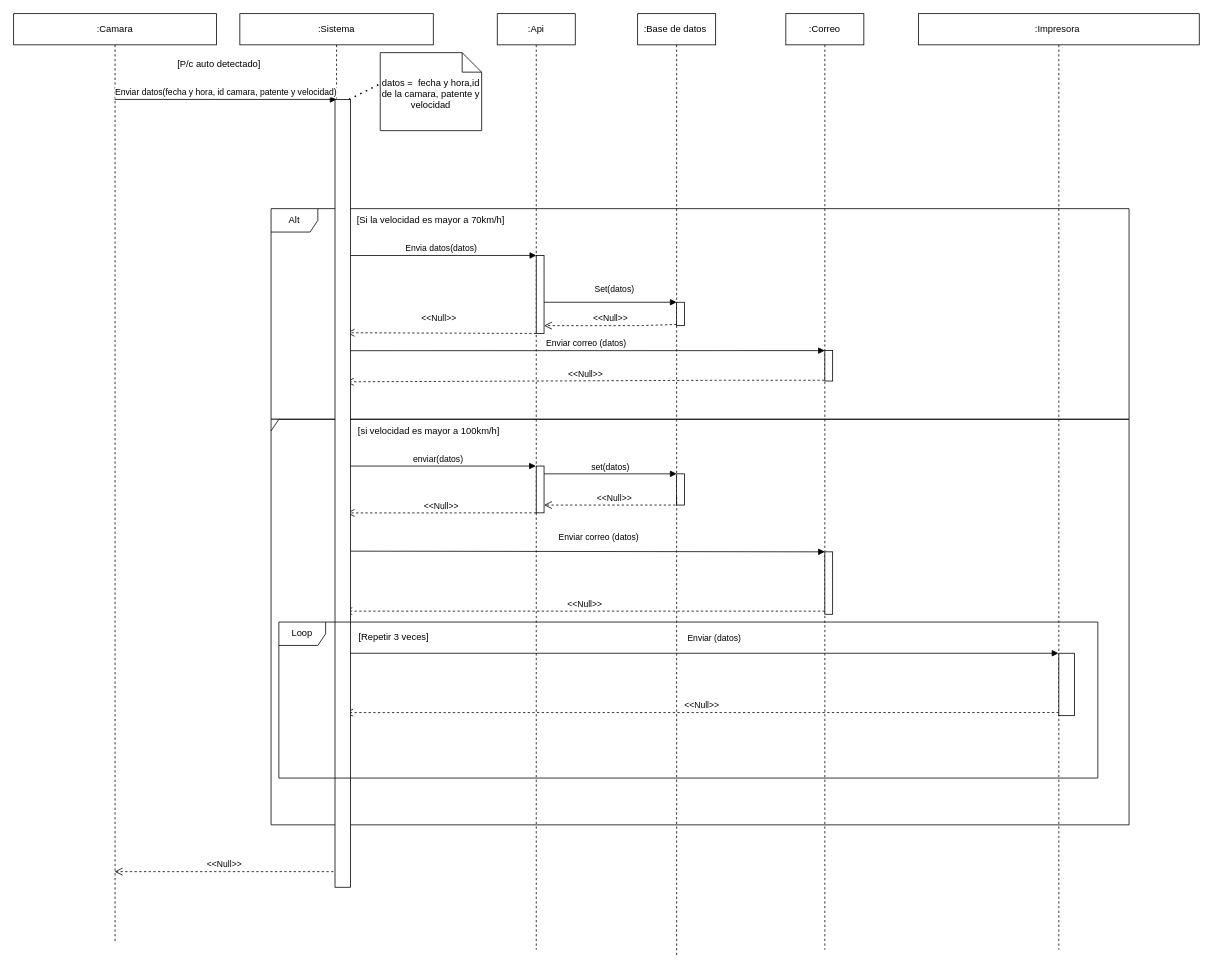
This is diagrama/TpDiagrama.drawio from Jeanphaima/izo-isw1-tpds, a draw.io file, before an edit. Source tidied: cells renumbered, new cells numbered last; positions are measured from the earlier drawing's top-left corner, leaving out a move shared by most shapes. Both pictures are drawn from the tidied source at 78%, with x=0, y=0 at pixel (13, 13).
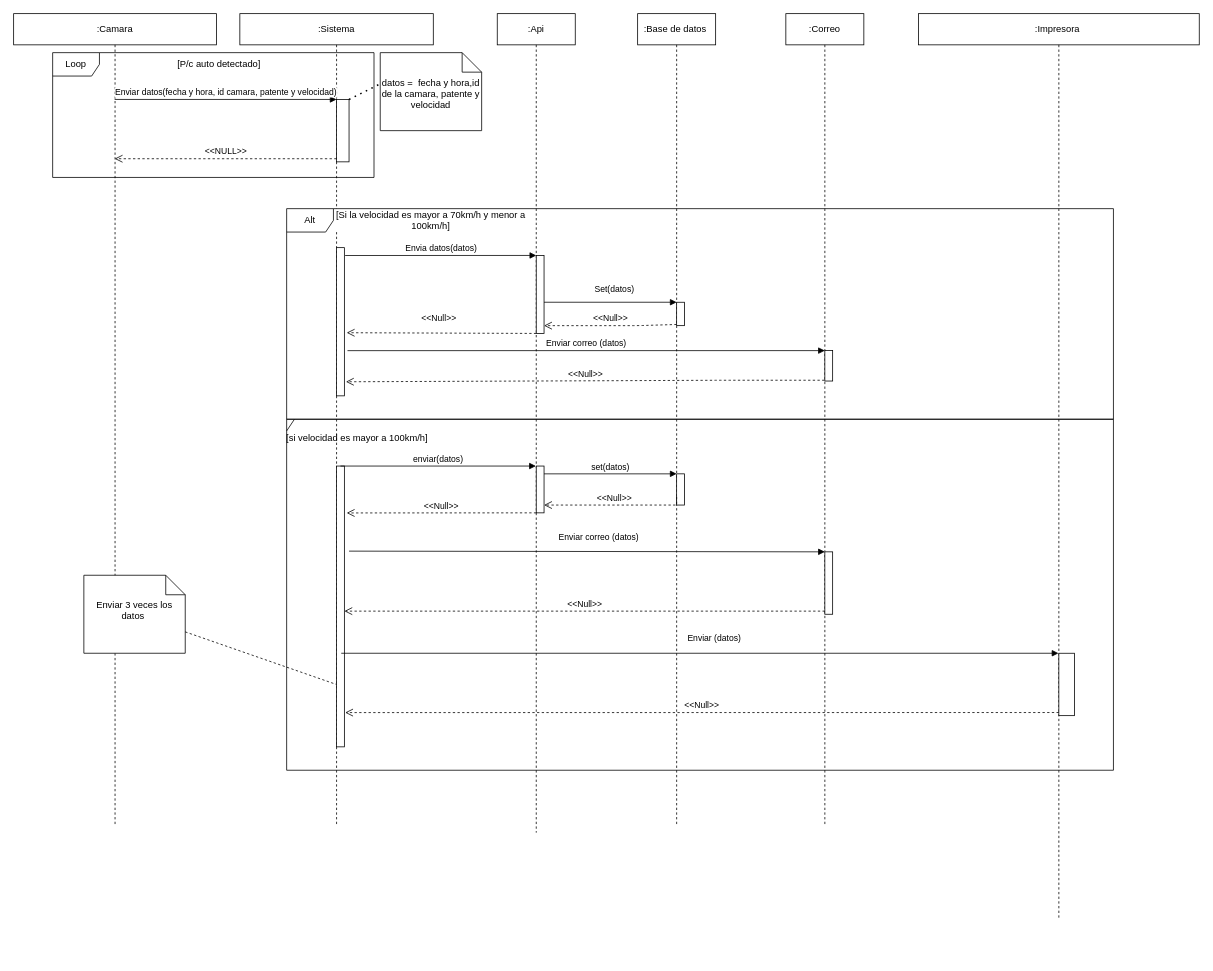
After the change.

Commit message:
ultima modificacion

Unchanged cells that the change refers to:
```xml
<mxCell id="3" value=":Sistema" style="shape=umlLifeline;perimeter=lifelinePerimeter;whiteSpace=wrap;html=1;" parent="1" vertex="1">
  <mxGeometry x="290" width="248" height="1040" as="geometry" />
</mxCell>
<mxCell id="8" style="html=1;points=[];perimeter=orthogonalPerimeter;rounded=0;glass=0;fillColor=#FFFFFF;gradientColor=#FFFFFF;" parent="7" vertex="1">
  <mxGeometry x="50" y="310" width="10" height="100" as="geometry" />
</mxCell>
<mxCell id="17" style="html=1;points=[];perimeter=orthogonalPerimeter;" parent="16" vertex="1">
  <mxGeometry x="50" y="432" width="10" height="39" as="geometry" />
</mxCell>
<mxCell id="18" style="html=1;points=[];perimeter=orthogonalPerimeter;rounded=0;glass=0;fillColor=#FFFFFF;gradientColor=#FFFFFF;" parent="16" vertex="1">
  <mxGeometry x="50" y="690" width="10" height="80" as="geometry" />
</mxCell>
<mxCell id="29" style="html=1;points=[];perimeter=orthogonalPerimeter;rounded=0;glass=0;fillColor=#FFFFFF;gradientColor=#FFFFFF;" parent="28" vertex="1">
  <mxGeometry x="180" y="820" width="20" height="80" as="geometry" />
</mxCell>
```

Change to the diagram source:
```diff
@@
     <mxCell id="2" value=":Camara" style="shape=umlLifeline;perimeter=lifelinePerimeter;whiteSpace=wrap;html=1;outlineConnect=0;" parent="1" vertex="1">
-      <mxGeometry width="260" height="1190" as="geometry" />
+      <mxGeometry width="260" height="1040" as="geometry" />
     </mxCell>
@@
+    <mxCell id="41" style="html=1;points=[];perimeter=orthogonalPerimeter;rounded=0;glass=0;fillColor=#FFFFFF;gradientColor=#FFFFFF;" parent="3" vertex="1">
+      <mxGeometry x="124" y="300" width="10" height="190" as="geometry" />
+    </mxCell>
+    <mxCell id="42" style="html=1;points=[];perimeter=orthogonalPerimeter;rounded=0;glass=0;fillColor=#FFFFFF;gradientColor=#FFFFFF;" parent="3" vertex="1">
+      <mxGeometry x="124" y="580" width="10" height="360" as="geometry" />
+    </mxCell>
+    <mxCell id="38" value="Loop" style="shape=umlFrame;whiteSpace=wrap;html=1;" parent="3" vertex="1">
+      <mxGeometry x="-240" y="50" width="412" height="160" as="geometry" />
+    </mxCell>
+    <mxCell id="43" style="html=1;points=[];perimeter=orthogonalPerimeter;" parent="1" vertex="1">
+      <mxGeometry x="414" y="110" width="16" height="80" as="geometry" />
+    </mxCell>
-    <mxCell id="5" value="Enviar datos(fecha y hora, id camara, patente y velocidad)" style="html=1;verticalAlign=bottom;endArrow=block;entryX=0;entryY=0;" parent="1" edge="1" source="2">
-      <mxGeometry relative="1" as="geometry">
-        <mxPoint x="414" y="110" as="targetPoint" />
-      </mxGeometry>
+    <mxCell id="5" value="Enviar datos(fecha y hora, id camara, patente y velocidad)" style="html=1;verticalAlign=bottom;endArrow=block;entryX=0;entryY=0;" parent="1" edge="1" source="2" target="43">
+      <mxGeometry relative="1" as="geometry" />
     </mxCell>
+    <mxCell id="44" value="&amp;lt;&amp;lt;NULL&amp;gt;&amp;gt;" style="html=1;verticalAlign=bottom;endArrow=open;dashed=1;endSize=8;exitX=0;exitY=0.95;" parent="1" edge="1" source="43" target="2">
+      <mxGeometry relative="1" as="geometry" />
+    </mxCell>
@@
     <mxCell id="7" value=":Api" style="shape=umlLifeline;perimeter=lifelinePerimeter;whiteSpace=wrap;html=1;outlineConnect=0;" parent="1" vertex="1">
-      <mxGeometry x="620" width="100" height="1200" as="geometry" />
+      <mxGeometry x="620" width="100" height="1050" as="geometry" />
     </mxCell>
@@
     <mxCell id="10" value=":Base de datos&amp;nbsp;" style="shape=umlLifeline;perimeter=lifelinePerimeter;whiteSpace=wrap;html=1;" parent="1" vertex="1">
-      <mxGeometry x="800" width="100" height="1210" as="geometry" />
+      <mxGeometry x="800" width="100" height="1040" as="geometry" />
     </mxCell>
@@
-    <mxCell id="13" value="Envia datos(datos)" style="html=1;verticalAlign=bottom;endArrow=block;exitX=1.1;exitY=0.053;exitDx=0;exitDy=0;exitPerimeter=0;" parent="1" edge="1">
+    <mxCell id="13" value="Envia datos(datos)" style="html=1;verticalAlign=bottom;endArrow=block;exitX=1.1;exitY=0.053;exitDx=0;exitDy=0;exitPerimeter=0;" parent="1" edge="1" source="41">
       <mxGeometry relative="1" as="geometry">
-        <mxPoint x="425" y="310.1" as="sourcePoint" />
         <mxPoint x="670" y="310" as="targetPoint" />
       </mxGeometry>
     </mxCell>
@@
     <mxCell id="16" value=":Correo" style="shape=umlLifeline;perimeter=lifelinePerimeter;whiteSpace=wrap;html=1;outlineConnect=0;" parent="1" vertex="1">
-      <mxGeometry x="990" width="100" height="1200" as="geometry" />
+      <mxGeometry x="990" width="100" height="1040" as="geometry" />
     </mxCell>
@@
-    <mxCell id="19" value="Enviar correo (datos)" style="html=1;verticalAlign=bottom;endArrow=block;entryX=0;entryY=0;startArrow=none;exitX=1.4;exitY=0.695;exitDx=0;exitDy=0;exitPerimeter=0;" parent="1" edge="1" target="17">
-      <mxGeometry relative="1" as="geometry">
-        <mxPoint x="428" y="432.1" as="sourcePoint" />
-      </mxGeometry>
+    <mxCell id="19" value="Enviar correo (datos)" style="html=1;verticalAlign=bottom;endArrow=block;entryX=0;entryY=0;startArrow=none;exitX=1.4;exitY=0.695;exitDx=0;exitDy=0;exitPerimeter=0;" parent="1" edge="1" source="41" target="17">
+      <mxGeometry relative="1" as="geometry" />
     </mxCell>
-    <mxCell id="20" value="&amp;lt;&amp;lt;Null&amp;gt;&amp;gt;" style="html=1;verticalAlign=bottom;endArrow=open;dashed=1;endSize=8;entryX=1.2;entryY=0.905;entryDx=0;entryDy=0;entryPerimeter=0;" parent="1" edge="1" source="16">
+    <mxCell id="20" value="&amp;lt;&amp;lt;Null&amp;gt;&amp;gt;" style="html=1;verticalAlign=bottom;endArrow=open;dashed=1;endSize=8;entryX=1.2;entryY=0.905;entryDx=0;entryDy=0;entryPerimeter=0;" parent="1" edge="1" source="16" target="41">
       <mxGeometry relative="1" as="geometry">
-        <mxPoint x="426" y="472" as="targetPoint" />
         <Array as="points">
           <mxPoint x="910" y="470" />
         </Array>
       </mxGeometry>
     </mxCell>
-    <mxCell id="21" style="endArrow=none;dashed=1;html=1;dashPattern=1 3;strokeWidth=2;rounded=0;" parent="1" edge="1">
+    <mxCell id="21" style="endArrow=none;dashed=1;html=1;dashPattern=1 3;strokeWidth=2;rounded=0;" parent="1" edge="1" source="43">
       <mxGeometry relative="1" as="geometry">
-        <mxPoint x="430" y="110" as="sourcePoint" />
         <mxPoint x="470" y="90" as="targetPoint" />
       </mxGeometry>
     </mxCell>
-    <mxCell id="22" value="&amp;lt;&amp;lt;Null&amp;gt;&amp;gt;" style="html=1;verticalAlign=bottom;endArrow=open;dashed=1;endSize=8;rounded=0;exitX=0;exitY=1;exitDx=0;exitDy=0;exitPerimeter=0;entryX=1.3;entryY=0.574;entryDx=0;entryDy=0;entryPerimeter=0;" parent="1" edge="1" source="8">
-      <mxGeometry x="0.03" y="-10" relative="1" as="geometry">
-        <mxPoint x="427" y="409.1" as="targetPoint" />
-      </mxGeometry>
+    <mxCell id="22" value="&amp;lt;&amp;lt;Null&amp;gt;&amp;gt;" style="html=1;verticalAlign=bottom;endArrow=open;dashed=1;endSize=8;rounded=0;exitX=0;exitY=1;exitDx=0;exitDy=0;exitPerimeter=0;entryX=1.3;entryY=0.574;entryDx=0;entryDy=0;entryPerimeter=0;" parent="1" edge="1" source="8" target="41">
+      <mxGeometry x="0.03" y="-10" relative="1" as="geometry" />
     </mxCell>
-    <mxCell id="23" value="[Si la velocidad es mayor a 70km/h]" style="rounded=0;whiteSpace=wrap;html=1;fillColor=#FFFFFF;gradientColor=#FFFFFF;glass=0;strokeColor=none;" parent="1" vertex="1">
+    <mxCell id="23" value="[Si la velocidad es mayor a 70km/h y menor a 100km/h]" style="rounded=0;whiteSpace=wrap;html=1;fillColor=#FFFFFF;gradientColor=#FFFFFF;glass=0;strokeColor=none;" parent="1" vertex="1">
       <mxGeometry x="410" y="250" width="250" height="30" as="geometry" />
     </mxCell>
     <mxCell id="24" value="[si velocidad es mayor a 100km/h]" style="text;html=1;align=center;verticalAlign=middle;strokeColor=none;fillColor=none;" parent="1" vertex="1">
-      <mxGeometry x="432" y="520" width="200" height="30" as="geometry" />
+      <mxGeometry x="340" y="530" width="200" height="30" as="geometry" />
     </mxCell>
@@
-    <mxCell id="27" value="&amp;lt;&amp;lt;Null&amp;gt;&amp;gt;" style="html=1;verticalAlign=bottom;endArrow=open;dashed=1;endSize=8;rounded=0;entryX=1.3;entryY=0.167;entryDx=0;entryDy=0;entryPerimeter=0;" parent="1" edge="1">
+    <mxCell id="27" value="&amp;lt;&amp;lt;Null&amp;gt;&amp;gt;" style="html=1;verticalAlign=bottom;endArrow=open;dashed=1;endSize=8;rounded=0;entryX=1.3;entryY=0.167;entryDx=0;entryDy=0;entryPerimeter=0;" parent="1" edge="1" target="42">
       <mxGeometry relative="1" as="geometry">
         <mxPoint x="670" y="640" as="sourcePoint" />
-        <mxPoint x="427" y="640.1" as="targetPoint" />
       </mxGeometry>
     </mxCell>
     <mxCell id="28" value=":Impresora&amp;nbsp;" style="shape=umlLifeline;perimeter=lifelinePerimeter;whiteSpace=wrap;html=1;outlineConnect=0;rounded=0;glass=0;fillColor=#FFFFFF;gradientColor=#FFFFFF;" parent="1" vertex="1">
-      <mxGeometry x="1160" width="360" height="1200" as="geometry" />
+      <mxGeometry x="1160" width="360" height="1160" as="geometry" />
     </mxCell>
@@
+    <mxCell id="36" style="shape=umlFrame;whiteSpace=wrap;html=1;rounded=0;glass=0;fillColor=#FFFFFF;gradientColor=#FFFFFF;width=10;height=15;" parent="28" vertex="1">
+      <mxGeometry x="-810" y="520" width="1060" height="450" as="geometry" />
+    </mxCell>
@@
-    <mxCell id="31" value="&amp;lt;&amp;lt;Null&amp;gt;&amp;gt;" style="html=1;verticalAlign=bottom;endArrow=open;dashed=1;endSize=8;exitX=0;exitY=0.95;rounded=0;entryX=1.1;entryY=0.878;entryDx=0;entryDy=0;entryPerimeter=0;" parent="1" edge="1" source="29">
-      <mxGeometry relative="1" as="geometry">
-        <mxPoint x="425" y="896.1" as="targetPoint" />
-      </mxGeometry>
+    <mxCell id="31" value="&amp;lt;&amp;lt;Null&amp;gt;&amp;gt;" style="html=1;verticalAlign=bottom;endArrow=open;dashed=1;endSize=8;exitX=0;exitY=0.95;rounded=0;entryX=1.1;entryY=0.878;entryDx=0;entryDy=0;entryPerimeter=0;" parent="1" edge="1" source="29" target="42">
+      <mxGeometry relative="1" as="geometry" />
     </mxCell>
-    <mxCell id="32" value="enviar(datos)" style="html=1;verticalAlign=bottom;endArrow=block;rounded=0;exitX=0.5;exitY=0;exitDx=0;exitDy=0;exitPerimeter=0;" parent="1" edge="1" target="7">
-      <mxGeometry relative="1" as="geometry">
-        <mxPoint x="419" y="580" as="sourcePoint" />
-      </mxGeometry>
+    <mxCell id="32" value="enviar(datos)" style="html=1;verticalAlign=bottom;endArrow=block;rounded=0;exitX=0.5;exitY=0;exitDx=0;exitDy=0;exitPerimeter=0;" parent="1" edge="1" source="42" target="7">
+      <mxGeometry relative="1" as="geometry" />
     </mxCell>
-    <mxCell id="33" value="&amp;lt;&amp;lt;Null&amp;gt;&amp;gt;" style="html=1;verticalAlign=bottom;endArrow=open;dashed=1;endSize=8;exitX=0;exitY=0.95;rounded=0;" parent="1" edge="1" source="18">
-      <mxGeometry relative="1" as="geometry">
-        <mxPoint x="424" y="766" as="targetPoint" />
-      </mxGeometry>
+    <mxCell id="33" value="&amp;lt;&amp;lt;Null&amp;gt;&amp;gt;" style="html=1;verticalAlign=bottom;endArrow=open;dashed=1;endSize=8;exitX=0;exitY=0.95;rounded=0;" parent="1" edge="1" source="18" target="42">
+      <mxGeometry relative="1" as="geometry" />
     </mxCell>
-    <mxCell id="34" value="Enviar correo (datos)" style="html=1;verticalAlign=bottom;endArrow=block;entryX=0;entryY=0;rounded=0;exitX=1.6;exitY=0.303;exitDx=0;exitDy=0;exitPerimeter=0;" parent="1" edge="1" target="18">
-      <mxGeometry x="0.05" y="10" relative="1" as="geometry">
-        <mxPoint x="430" y="689.1" as="sourcePoint" />
-      </mxGeometry>
+    <mxCell id="34" value="Enviar correo (datos)" style="html=1;verticalAlign=bottom;endArrow=block;entryX=0;entryY=0;rounded=0;exitX=1.6;exitY=0.303;exitDx=0;exitDy=0;exitPerimeter=0;" parent="1" edge="1" source="42" target="18">
+      <mxGeometry x="0.05" y="10" relative="1" as="geometry" />
     </mxCell>
+    <mxCell id="45" value="Enviar 3 veces los datos&amp;nbsp;" style="shape=note2;boundedLbl=1;whiteSpace=wrap;html=1;size=25;verticalAlign=top;align=center;" parent="1" vertex="1">
+      <mxGeometry x="90" y="720" width="130" height="100" as="geometry" />
+    </mxCell>
+    <mxCell id="46" style="endArrow=none;dashed=1;html=1;rounded=0;entryX=0;entryY=0.778;entryDx=0;entryDy=0;entryPerimeter=0;" parent="1" edge="1" source="45" target="42">
+      <mxGeometry relative="1" as="geometry" />
+    </mxCell>
     <mxCell id="35" value="Alt" style="shape=umlFrame;whiteSpace=wrap;html=1;fillColor=#FFFFFF;gradientColor=#FFFFFF;" parent="1" vertex="1">
-      <mxGeometry x="330" y="250" width="1100" height="270" as="geometry" />
+      <mxGeometry x="350" y="250" width="1060" height="270" as="geometry" />
     </mxCell>
-    <mxCell id="36" style="shape=umlFrame;whiteSpace=wrap;html=1;rounded=0;glass=0;fillColor=#FFFFFF;gradientColor=#FFFFFF;width=10;height=15;" parent="1" vertex="1">
-      <mxGeometry x="330" y="520" width="1100" height="520" as="geometry" />
-    </mxCell>
-    <mxCell id="37" style="html=1;perimeter=orthogonalPerimeter;" parent="1" vertex="1">
-      <mxGeometry x="412" y="110" width="20" height="1010" as="geometry" />
-    </mxCell>
-    <mxCell id="38" value="Loop" style="shape=umlFrame;whiteSpace=wrap;html=1;" parent="1" vertex="1">
-      <mxGeometry x="340" y="780" width="1050" height="200" as="geometry" />
-    </mxCell>
-    <mxCell id="39" value="[Repetir 3 veces]" style="text;html=1;align=center;verticalAlign=middle;" parent="1" vertex="1">
-      <mxGeometry x="432" y="790" width="110" height="20" as="geometry" />
-    </mxCell>
-    <mxCell id="40" value="&amp;lt;&amp;lt;Null&amp;gt;&amp;gt;" style="html=1;verticalAlign=bottom;endArrow=open;dashed=1;endSize=8;" parent="1" edge="1" target="2">
-      <mxGeometry relative="1" as="geometry">
-        <mxPoint x="410" y="1100" as="sourcePoint" />
-      </mxGeometry>
-    </mxCell>
```
